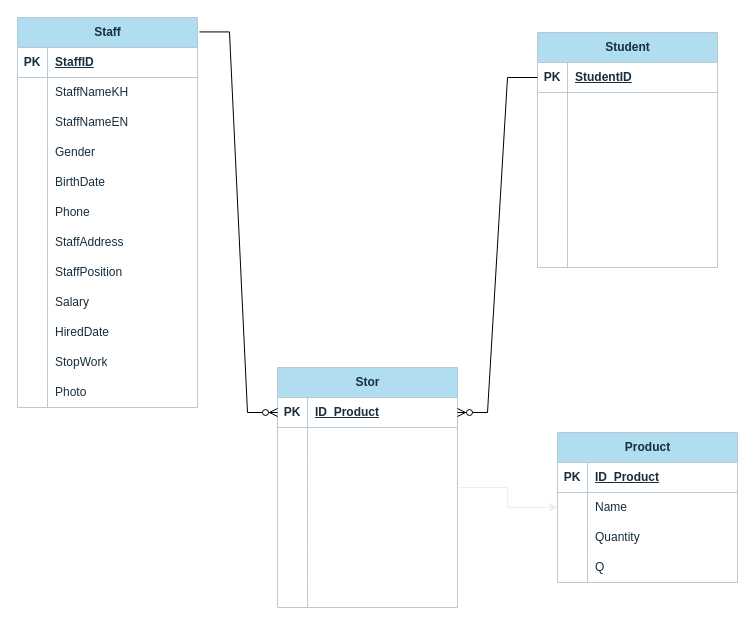
The draw.io diagram Untitled Diagram.drawio in kearakvak/C_OOAD_Projob_Semester1, before the edit. Source tidied: cells renumbered, new cells numbered last; positions are measured from the earlier drawing's top-left corner, leaving out a move shared by most shapes. Both pictures are drawn from the tidied source at 100%, with x=0, y=0 at pixel (17, 17).
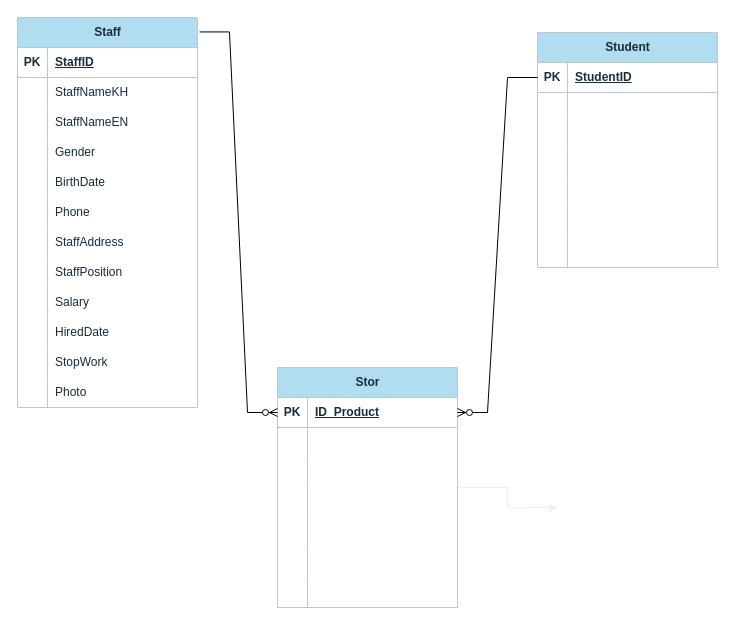
The same diagram, later.

The change refers to these unchanged cells:
```xml
<mxCell id="62" value="Stor" style="shape=table;startSize=30;childLayout=tableLayout;rowLines=0;fontStyle=1;align=center;html=1;strokeColor=#BAC8D3;fontColor=#182E3E;fillColor=#B1DDF0;" parent="1" vertex="1">
  <mxGeometry x="260" y="350" width="180" height="240" as="geometry" />
</mxCell>
```

Change to the diagram source:
```diff
@@
-    <mxCell id="61" style="edgeStyle=orthogonalEdgeStyle;rounded=0;jettySize=auto;html=1;strokeColor=#EEEEEE;fontColor=#FFFFFF;" parent="1" edge="1" source="62" target="84">
-      <mxGeometry relative="1" as="geometry" />
+    <mxCell id="61" style="edgeStyle=orthogonalEdgeStyle;rounded=0;jettySize=auto;html=1;strokeColor=#EEEEEE;fontColor=#FFFFFF;" parent="1" edge="1" source="62">
+      <mxGeometry relative="1" as="geometry">
+        <mxPoint x="540" y="490" as="targetPoint" />
+      </mxGeometry>
     </mxCell>
@@
-    <mxCell id="84" value="Product" style="shape=table;startSize=30;childLayout=tableLayout;rowLines=0;fontStyle=1;align=center;html=1;strokeColor=#BAC8D3;fontColor=#182E3E;fillColor=#B1DDF0;" parent="1" vertex="1">
-      <mxGeometry x="540" y="415" width="180" height="150" as="geometry" />
-    </mxCell>
-    <mxCell id="85" style="shape=tableRow;horizontal=0;startSize=0;swimlaneHead=0;swimlaneBody=0;fillColor=none;top=0;left=0;right=0;bottom=1;strokeColor=#BAC8D3;fontColor=#182E3E;" parent="84" vertex="1">
-      <mxGeometry y="30" width="180" height="30" as="geometry" />
-    </mxCell>
-    <mxCell id="86" value="PK" style="shape=partialRectangle;fillColor=none;top=0;left=0;bottom=0;right=0;fontStyle=1;overflow=hidden;whiteSpace=wrap;html=1;strokeColor=#BAC8D3;fontColor=#182E3E;" parent="85" vertex="1">
-      <mxGeometry width="30" height="30" as="geometry" />
-    </mxCell>
-    <mxCell id="87" value="ID_Product" style="shape=partialRectangle;fillColor=none;top=0;left=0;bottom=0;right=0;align=left;spacingLeft=6;fontStyle=5;overflow=hidden;whiteSpace=wrap;html=1;strokeColor=#BAC8D3;fontColor=#182E3E;" parent="85" vertex="1">
-      <mxGeometry x="30" width="150" height="30" as="geometry" />
-    </mxCell>
-    <mxCell id="88" style="shape=tableRow;horizontal=0;startSize=0;swimlaneHead=0;swimlaneBody=0;fillColor=none;top=0;left=0;right=0;bottom=0;strokeColor=#BAC8D3;fontColor=#182E3E;" parent="84" vertex="1">
-      <mxGeometry y="60" width="180" height="30" as="geometry" />
-    </mxCell>
-    <mxCell id="89" style="shape=partialRectangle;fillColor=none;top=0;left=0;bottom=0;right=0;overflow=hidden;whiteSpace=wrap;html=1;strokeColor=#BAC8D3;fontColor=#182E3E;" parent="88" vertex="1">
-      <mxGeometry width="30" height="30" as="geometry" />
-    </mxCell>
-    <mxCell id="90" value="Name" style="shape=partialRectangle;fillColor=none;top=0;left=0;bottom=0;right=0;align=left;spacingLeft=6;overflow=hidden;whiteSpace=wrap;html=1;strokeColor=#BAC8D3;fontColor=#182E3E;" parent="88" vertex="1">
-      <mxGeometry x="30" width="150" height="30" as="geometry" />
-    </mxCell>
-    <mxCell id="91" style="shape=tableRow;horizontal=0;startSize=0;swimlaneHead=0;swimlaneBody=0;fillColor=none;top=0;left=0;right=0;bottom=0;strokeColor=#BAC8D3;fontColor=#182E3E;" parent="84" vertex="1">
-      <mxGeometry y="90" width="180" height="30" as="geometry" />
-    </mxCell>
-    <mxCell id="92" style="shape=partialRectangle;fillColor=none;top=0;left=0;bottom=0;right=0;overflow=hidden;whiteSpace=wrap;html=1;strokeColor=#BAC8D3;fontColor=#182E3E;" parent="91" vertex="1">
-      <mxGeometry width="30" height="30" as="geometry" />
-    </mxCell>
-    <mxCell id="93" value="Quantity" style="shape=partialRectangle;fillColor=none;top=0;left=0;bottom=0;right=0;align=left;spacingLeft=6;overflow=hidden;whiteSpace=wrap;html=1;strokeColor=#BAC8D3;fontColor=#182E3E;" parent="91" vertex="1">
-      <mxGeometry x="30" width="150" height="30" as="geometry" />
-    </mxCell>
-    <mxCell id="94" style="shape=tableRow;horizontal=0;startSize=0;swimlaneHead=0;swimlaneBody=0;fillColor=none;top=0;left=0;right=0;bottom=0;strokeColor=#BAC8D3;fontColor=#182E3E;" parent="84" vertex="1">
-      <mxGeometry y="120" width="180" height="30" as="geometry" />
-    </mxCell>
-    <mxCell id="95" style="shape=partialRectangle;fillColor=none;top=0;left=0;bottom=0;right=0;overflow=hidden;whiteSpace=wrap;html=1;strokeColor=#BAC8D3;fontColor=#182E3E;" parent="94" vertex="1">
-      <mxGeometry width="30" height="30" as="geometry" />
-    </mxCell>
-    <mxCell id="96" value="Q" style="shape=partialRectangle;fillColor=none;top=0;left=0;bottom=0;right=0;align=left;spacingLeft=6;overflow=hidden;whiteSpace=wrap;html=1;strokeColor=#BAC8D3;fontColor=#182E3E;" parent="94" vertex="1">
-      <mxGeometry x="30" width="150" height="30" as="geometry" />
-    </mxCell>
```
